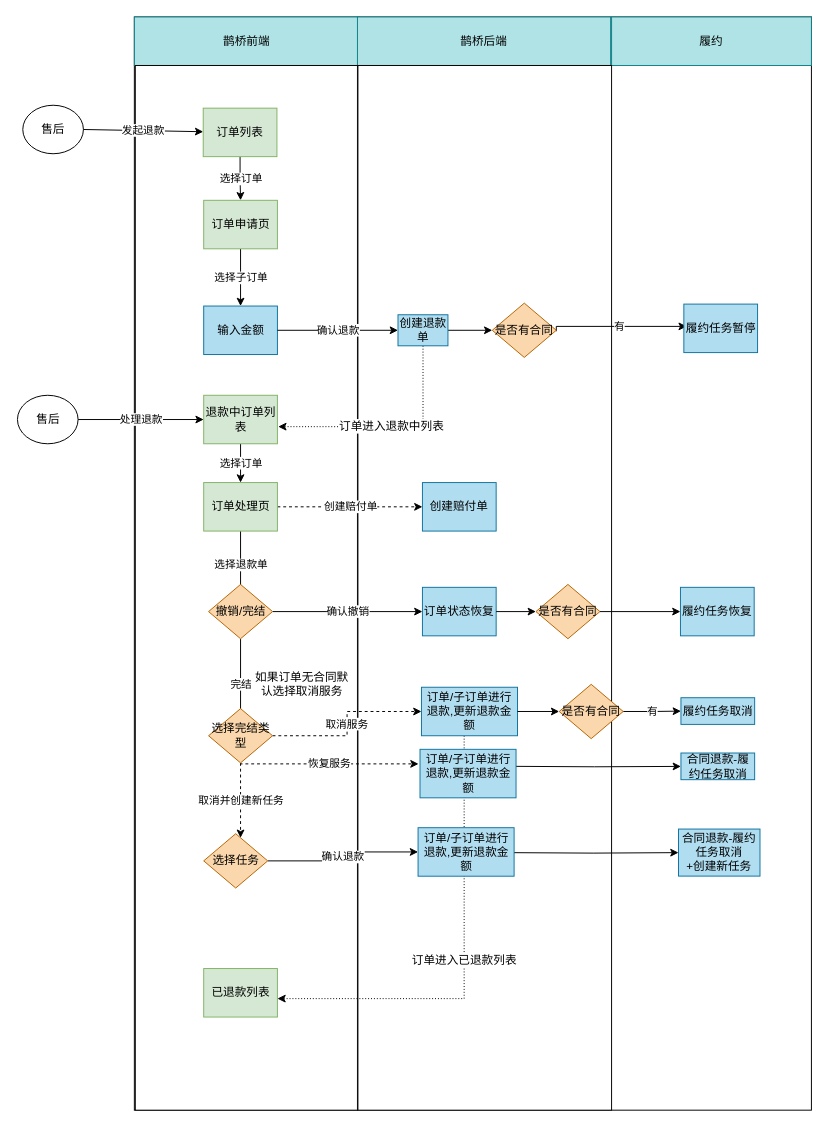
Before: 退款流程.drawio in zhaoershuang/flow-chart, a draw.io diagram. Source tidied: cells renumbered, new cells numbered last; positions are measured from the earlier drawing's top-left corner, leaving out a move shared by most shapes. Both pictures are drawn from the tidied source at 97%, with x=0, y=0 at pixel (16, 16).
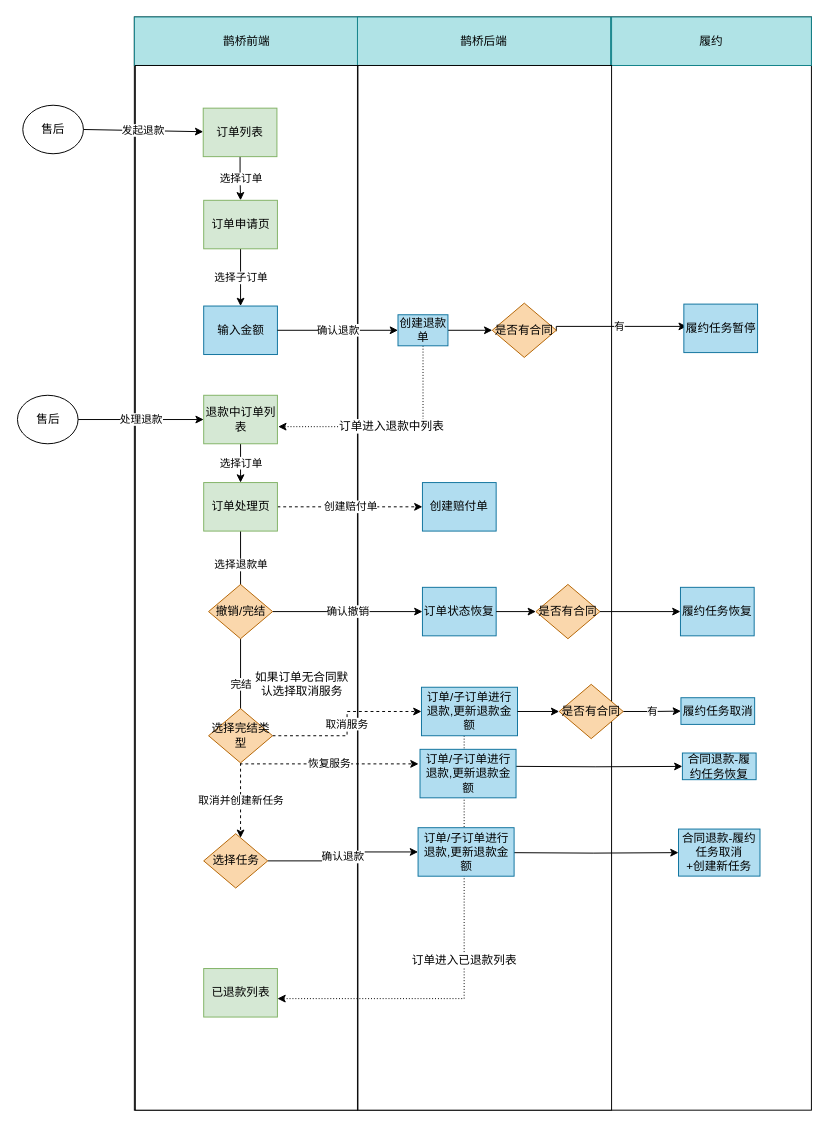
Above is the later version.

Commit message:
更新退款流程.drawio

The edit, as a diff of the source:
```diff
@@
-    <mxCell id="53" value="合同退款-履约任务取消" style="rounded=0;whiteSpace=wrap;html=1;fillColor=#b1ddf0;strokeColor=#10739e;" parent="1" vertex="1">
-      <mxGeometry x="684.5" y="758.8" width="76" height="27.5" as="geometry" />
+    <mxCell id="53" value="合同退款-履约任务恢复" style="rounded=0;whiteSpace=wrap;html=1;fillColor=#b1ddf0;strokeColor=#10739e;" parent="1" vertex="1">
+      <mxGeometry x="686" y="758.8" width="76" height="27.5" as="geometry" />
     </mxCell>
```
